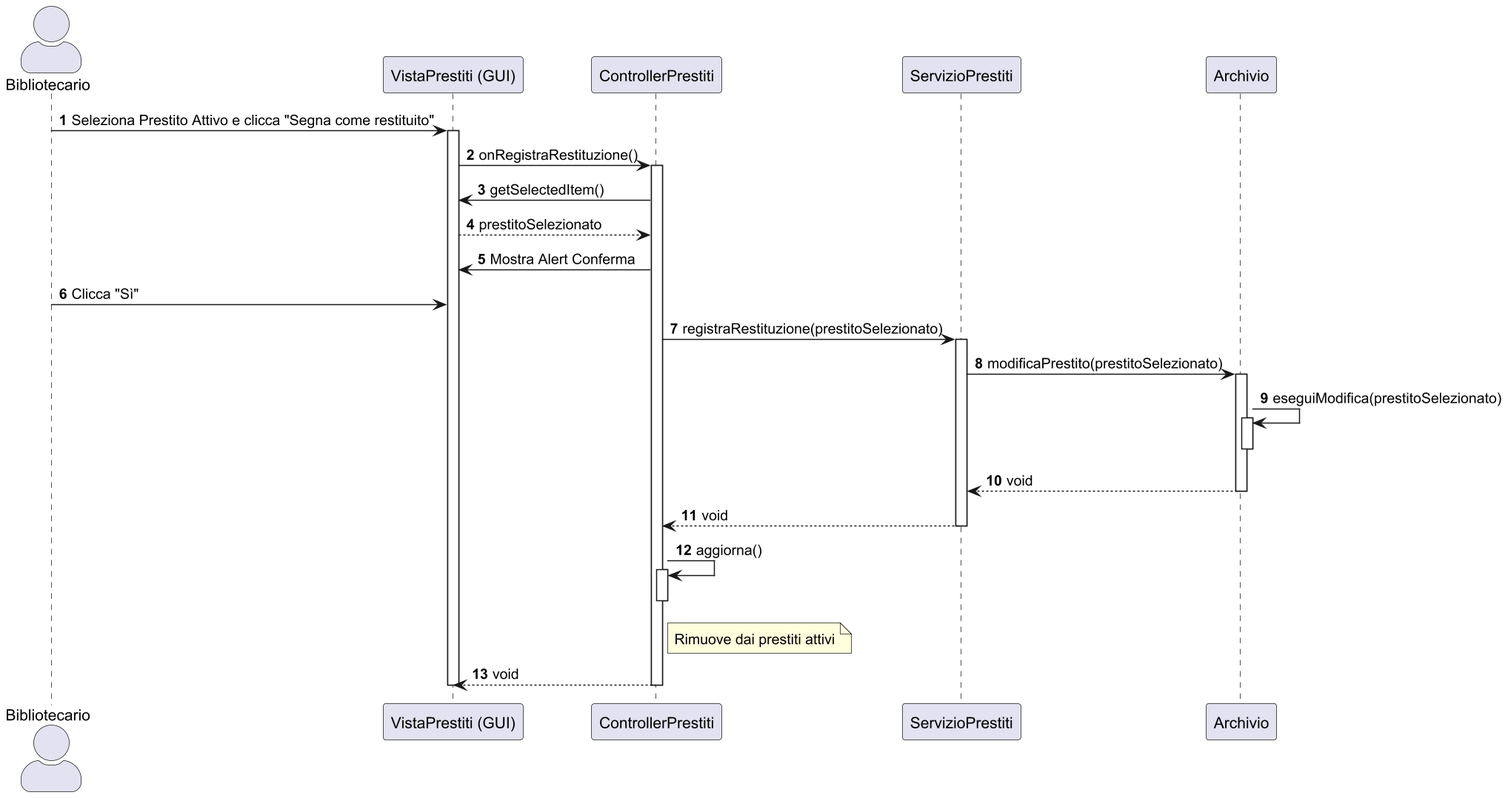
Earlier version of the PlantUML export docs/Design/Diagrammi di sequenza/UC15.png (digregoriomario/bibliosoft). The source it was exported from:
```plantuml
@startuml
scale 1.5
skinparam actorStyle awesome
autonumber

actor "Bibliotecario" as User
participant "VistaPrestiti (GUI)" as GUI
participant "ControllerPrestiti" as CP
participant "ServizioPrestiti" as SP
participant "Archivio" as ARC

User -> GUI : Seleziona Prestito Attivo e clicca "Segna come restituito"
activate GUI
GUI -> CP : onRegistraRestituzione()
activate CP

    CP -> GUI : getSelectedItem()
    GUI --> CP : prestitoSelezionato

    CP -> GUI : Mostra Alert Conferma
    User -> GUI : Clicca "Sì"

    CP -> SP : registraRestituzione(prestitoSelezionato)
    activate SP



        SP -> ARC : modificaPrestito(prestitoSelezionato)
        activate ARC

            ARC -> ARC : eseguiModifica(prestitoSelezionato)
            activate ARC
            deactivate ARC

        ARC --> SP : void
        deactivate ARC

    SP --> CP : void
    deactivate SP

    CP -> CP : aggiorna()
    activate CP
    note right of CP : Rimuove dai prestiti attivi
    deactivate CP

CP --> GUI : void
deactivate CP
deactivate GUI
@enduml
```
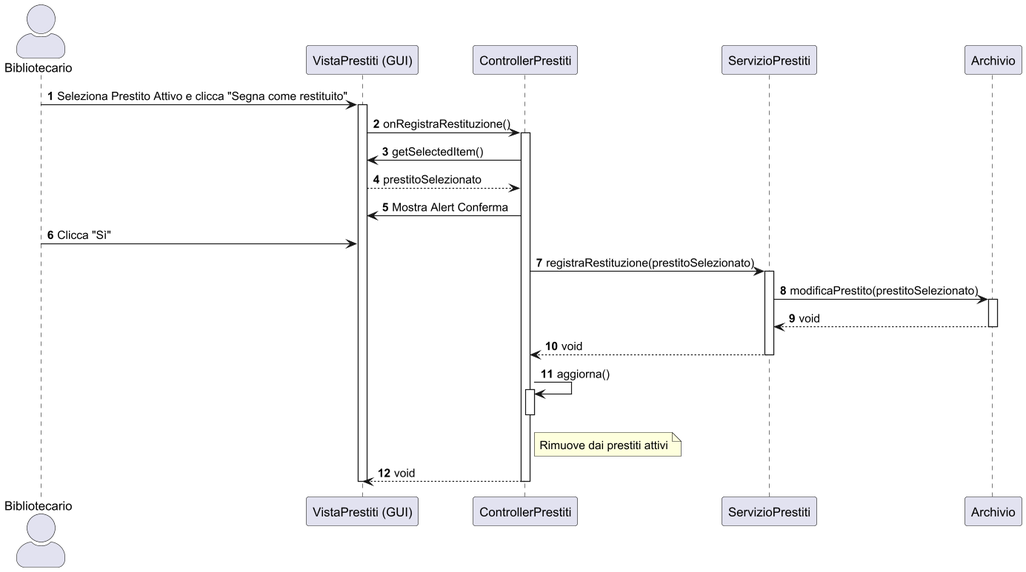
The same file after the commit.

What changed in the source:
```diff
@@ -1,5 +1,5 @@
 @startuml
-scale 1.5
+scale 2
 skinparam actorStyle awesome
 autonumber
 
@@ -28,10 +28,6 @@
         SP -> ARC : modificaPrestito(prestitoSelezionato)
         activate ARC
 
-            ARC -> ARC : eseguiModifica(prestitoSelezionato)
-            activate ARC
-            deactivate ARC
-
         ARC --> SP : void
         deactivate ARC
 
```
